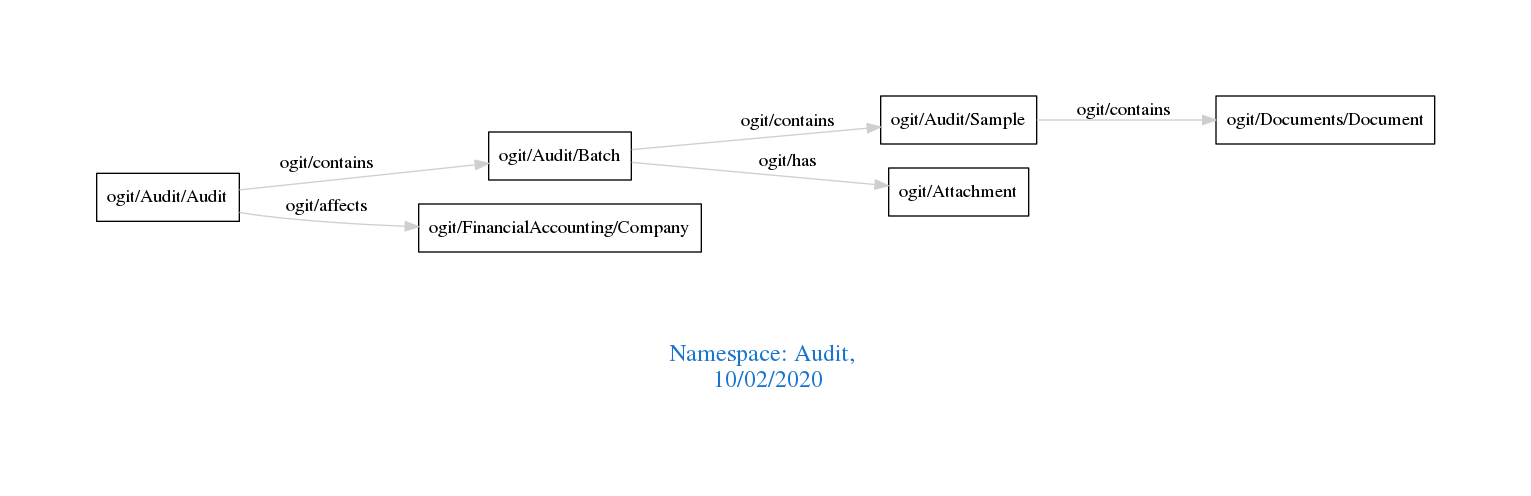
arago/OGIT keeps this Graphviz diagram as downloads/Audit.png. Above is the earlier version. Its source is kept beside it as downloads/Audit.dot.
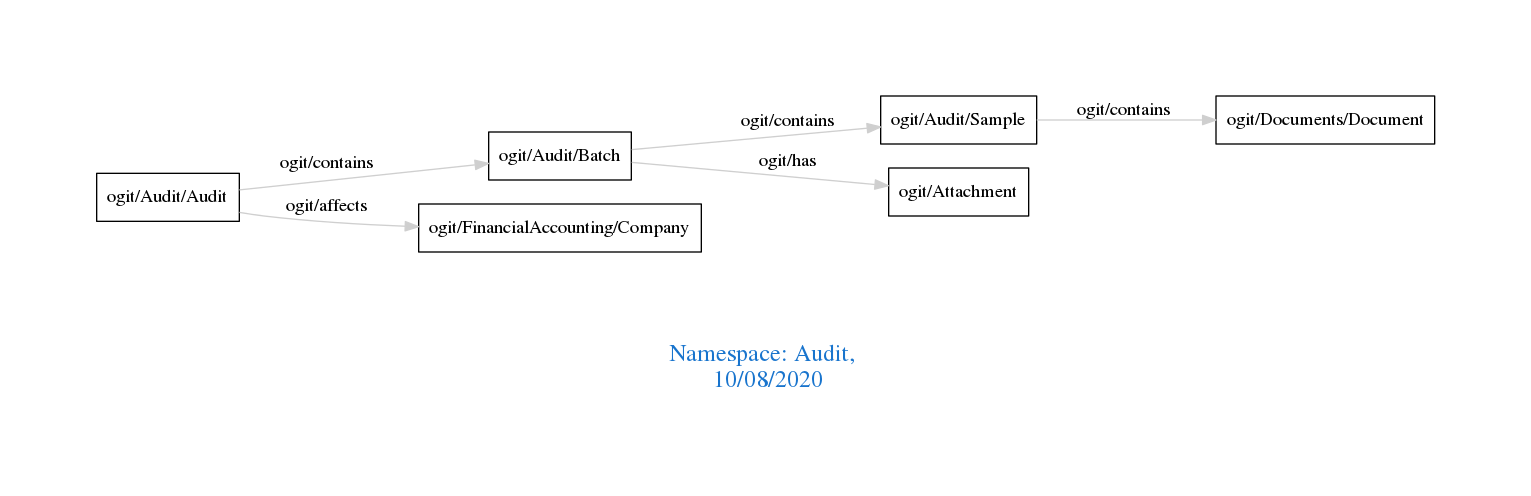
After the commit.

The edit, as a diff of the source:
```diff
@@ -1,7 +1,7 @@
 digraph OGIT_ontology {
  graph [ rankdir= LR,pad=1
 fontsize = 18,
-fontcolor= dodgerblue3,label = "\n\n\nNamespace: Audit, \n 10/02/2020"];
+fontcolor= dodgerblue3,label = "\n\n\nNamespace: Audit, \n 10/08/2020"];
 node[shape=polygon];
 edge [  color="gray81"];
 
```
